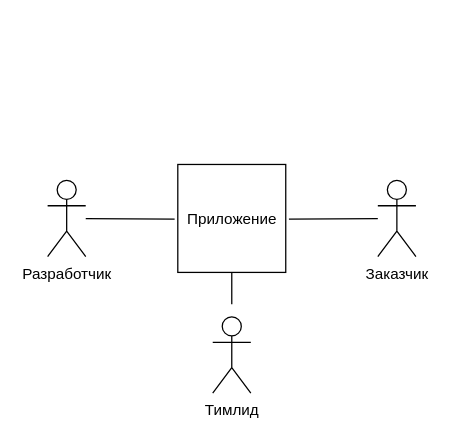
Earlier version of the draw.io diagram Действующие лица.drawio (Stasychbr/Kanban). Source tidied: cells renumbered, new cells numbered last; positions are measured from the earlier drawing's top-left corner, leaving out a move shared by most shapes. Both pictures are drawn from the tidied source at 127%, with x=0, y=0 at pixel (47, 164).
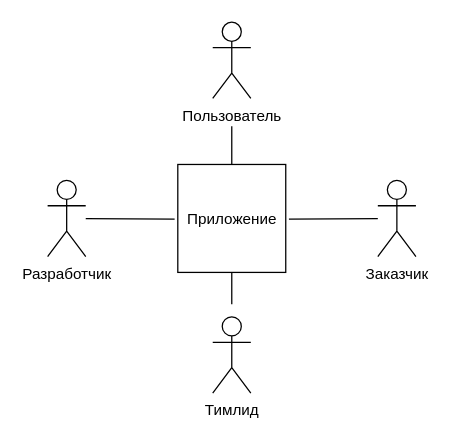
After the change.

Commit message (it also covers changes not shown here):
Обновление действующих лиц

Diff of the diagram source:
```diff
@@
 <mxGraphModel>
   <root>
     <mxCell id="0" />
     <mxCell id="1" parent="0" />
     <mxCell id="2" value="Разработчик&lt;br&gt;" style="shape=umlActor;verticalLabelPosition=bottom;verticalAlign=top;html=1;outlineConnect=0;" parent="1" vertex="1">
       <mxGeometry y="12.5" width="30" height="60" as="geometry" />
     </mxCell>
+    <mxCell id="9" style="edgeStyle=orthogonalEdgeStyle;rounded=0;jettySize=auto;html=1;endArrow=none;endFill=0;" parent="1" edge="1" source="3">
+      <mxGeometry relative="1" as="geometry">
+        <mxPoint x="145" y="-30" as="targetPoint" />
+      </mxGeometry>
+    </mxCell>
     <mxCell id="3" value="Приложение" style="whiteSpace=wrap;html=1;" parent="1" vertex="1">
       <mxGeometry x="102.5" width="85" height="85" as="geometry" />
     </mxCell>
     <mxCell id="4" value="Заказчик" style="shape=umlActor;verticalLabelPosition=bottom;verticalAlign=top;html=1;outlineConnect=0;" parent="1" vertex="1">
       <mxGeometry x="260" y="12.5" width="30" height="60" as="geometry" />
     </mxCell>
     <mxCell id="5" style="endArrow=none;html=1;rounded=0;" parent="1" edge="1" source="2">
       <mxGeometry relative="1" as="geometry">
         <mxPoint x="100" y="43" as="targetPoint" />
       </mxGeometry>
     </mxCell>
     <mxCell id="6" style="endArrow=none;html=1;rounded=0;" parent="1" edge="1" target="4">
       <mxGeometry relative="1" as="geometry">
         <mxPoint x="190" y="43" as="sourcePoint" />
       </mxGeometry>
     </mxCell>
     <mxCell id="7" value="Тимлид" style="shape=umlActor;verticalLabelPosition=bottom;verticalAlign=top;html=1;" parent="1" vertex="1">
       <mxGeometry x="130" y="120" width="30" height="60" as="geometry" />
     </mxCell>
     <mxCell id="8" style="endArrow=none;html=1;rounded=0;entryX=0.5;entryY=1;entryDx=0;entryDy=0;" parent="1" edge="1" target="3">
       <mxGeometry relative="1" as="geometry">
         <mxPoint x="145" y="110" as="sourcePoint" />
       </mxGeometry>
     </mxCell>
+    <mxCell id="10" value="Пользователь&lt;br&gt;" style="shape=umlActor;verticalLabelPosition=bottom;verticalAlign=top;html=1;" parent="1" vertex="1">
+      <mxGeometry x="130" y="-112" width="30" height="60" as="geometry" />
+    </mxCell>
   </root>
 </mxGraphModel>
```
